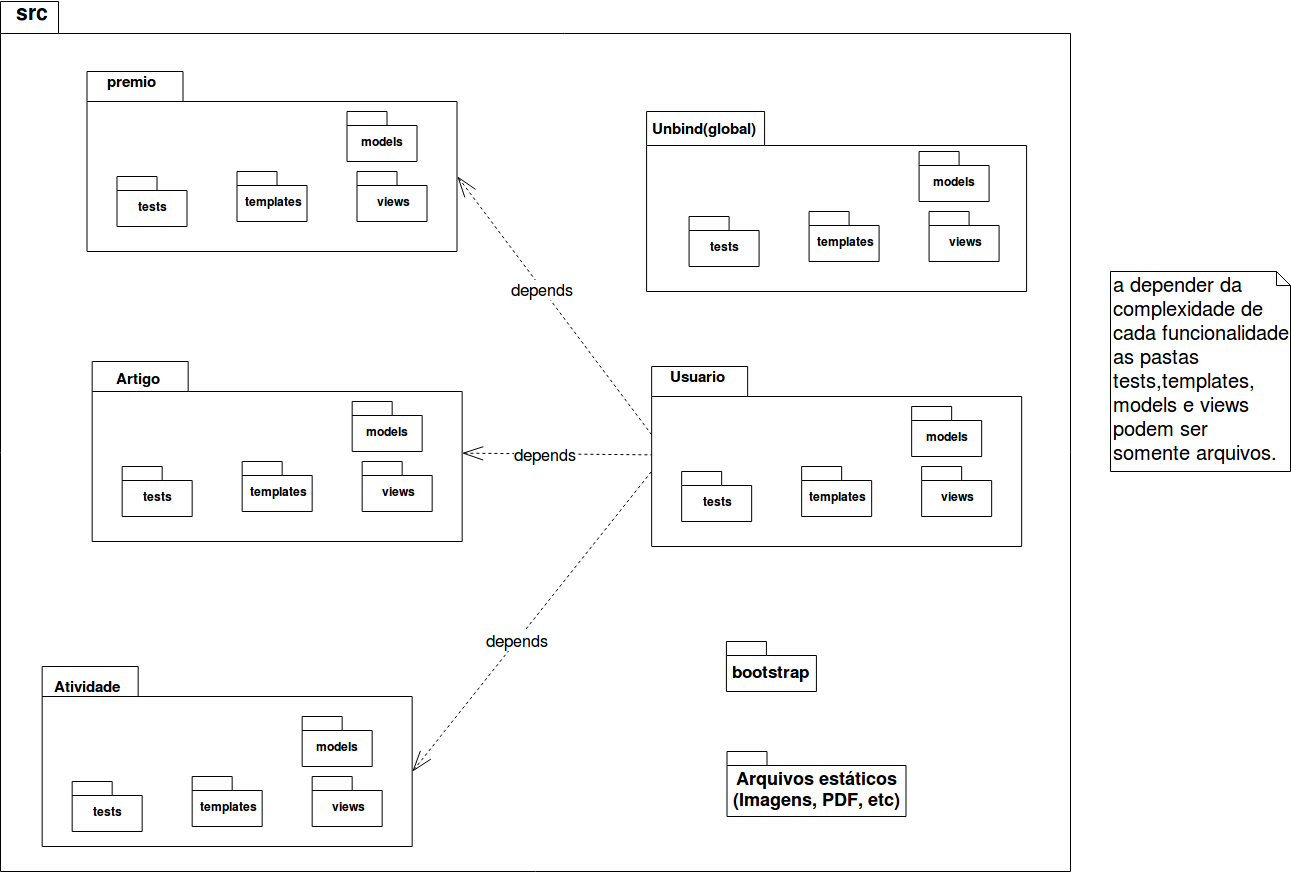
ads-unbind/unbind keeps this draw.io diagram as wiki/docs/modulo3/img/diagrama_de_pacotes.png. Above is the earlier version. Source tidied: cells renumbered, new cells last; positions are measured from the earlier drawing's top-left corner, leaving out a move shared by most shapes.
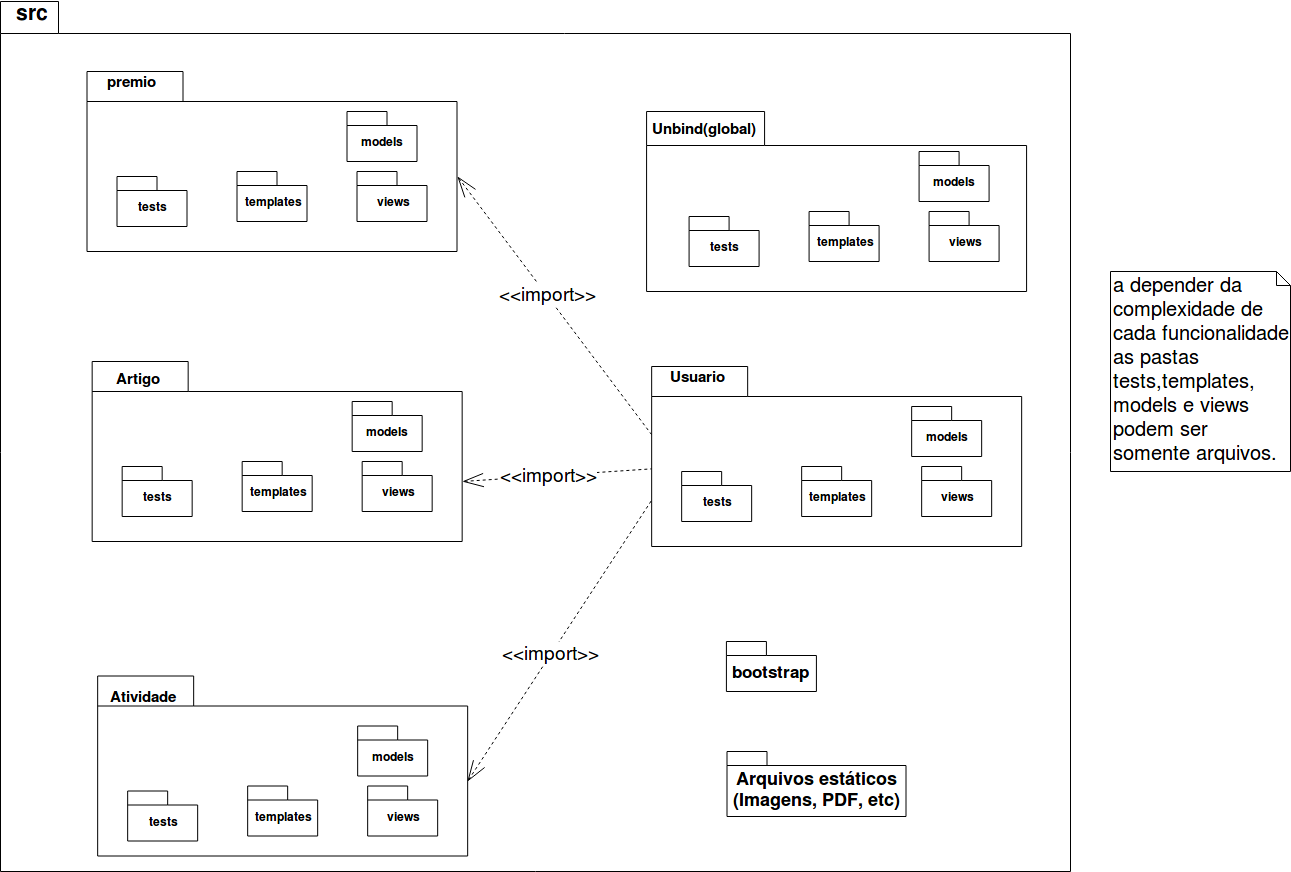
Above is the later version.

Commit message:
diagrama de pacotes 1.2

What changed in the source:
```diff
@@ -87,43 +87,43 @@
       <mxGeometry x="676.2" y="365" width="40" height="20" as="geometry" />
     </mxCell>
     <mxCell id="30" style="shape=folder;fontStyle=1;spacingTop=10;tabWidth=96;tabHeight=30;tabPosition=left;html=1;" parent="1" vertex="1">
-      <mxGeometry x="41.7" y="665" width="370" height="180" as="geometry" />
+      <mxGeometry x="97.2" y="674.5" width="370" height="180" as="geometry" />
     </mxCell>
     <mxCell id="31" value="models" style="shape=folder;fontStyle=1;spacingTop=10;tabWidth=40;tabHeight=14;tabPosition=left;html=1;" parent="1" vertex="1">
-      <mxGeometry x="301.7" y="715" width="70" height="50" as="geometry" />
+      <mxGeometry x="357.2" y="724.5" width="70" height="50" as="geometry" />
     </mxCell>
     <mxCell id="32" value="templates" style="shape=folder;fontStyle=1;spacingTop=10;tabWidth=40;tabHeight=14;tabPosition=left;html=1;" parent="1" vertex="1">
-      <mxGeometry x="191.7" y="775" width="70" height="50" as="geometry" />
+      <mxGeometry x="247.2" y="784.5" width="70" height="50" as="geometry" />
     </mxCell>
     <mxCell id="33" value="views" style="shape=folder;fontStyle=1;spacingTop=10;tabWidth=40;tabHeight=14;tabPosition=left;html=1;" parent="1" vertex="1">
-      <mxGeometry x="311.7" y="775" width="70" height="50" as="geometry" />
+      <mxGeometry x="367.2" y="784.5" width="70" height="50" as="geometry" />
     </mxCell>
     <mxCell id="34" value="tests" style="shape=folder;fontStyle=1;spacingTop=10;tabWidth=40;tabHeight=14;tabPosition=left;html=1;" parent="1" vertex="1">
-      <mxGeometry x="71.7" y="780" width="70" height="50" as="geometry" />
+      <mxGeometry x="127.2" y="789.5" width="70" height="50" as="geometry" />
     </mxCell>
     <mxCell id="35" value="&lt;b style=&quot;font-size: 15px&quot;&gt;Atividade&lt;/b&gt;" style="text;html=1;strokeColor=none;fillColor=none;align=center;verticalAlign=middle;whiteSpace=wrap;rounded=0;" parent="1" vertex="1">
-      <mxGeometry x="66.7" y="675" width="40" height="20" as="geometry" />
+      <mxGeometry x="122.2" y="684.5" width="40" height="20" as="geometry" />
     </mxCell>
+    <mxCell id="40" style="endArrow=none;dashed=1;html=1;startArrow=openThin;startFill=0;strokeWidth=1;endSize=6;startSize=19;exitX=0;exitY=0;exitDx=370;exitDy=105;exitPerimeter=0;entryX=0;entryY=0;entryDx=0;entryDy=67.5;entryPerimeter=0;" parent="1" edge="1" source="4" target="24">
+      <mxGeometry relative="1" as="geometry" />
+    </mxCell>
+    <mxCell id="43" value="&lt;font style=&quot;font-size: 19px&quot;&gt;&amp;lt;&amp;lt;import&amp;gt;&amp;gt;&lt;/font&gt;" style="text;html=1;align=center;verticalAlign=middle;labelBackgroundColor=#ffffff;" parent="40" vertex="1">
+      <mxGeometry x="-0.09" y="1" relative="1" as="geometry" />
+    </mxCell>
+    <mxCell id="42" value="&lt;font style=&quot;font-size: 20px&quot;&gt;a&lt;font style=&quot;font-size: 20px&quot;&gt; depender da complexidade de cada funcionalidade as pastas tests,templates, models e views podem ser somente arquivos.&lt;br&gt;&lt;/font&gt;&lt;/font&gt;" style="shape=note;whiteSpace=wrap;html=1;size=14;verticalAlign=top;align=left;spacingTop=-6;" parent="1" vertex="1">
+      <mxGeometry x="1110" y="270" width="180" height="200" as="geometry" />
+    </mxCell>
+    <mxCell id="38" style="endArrow=none;dashed=1;html=1;startArrow=openThin;startFill=0;strokeWidth=1;endSize=6;startSize=19;exitX=1.001;exitY=0.667;exitDx=0;exitDy=0;exitPerimeter=0;" parent="1" edge="1" source="12" target="24">
+      <mxGeometry relative="1" as="geometry" />
+    </mxCell>
+    <mxCell id="44" value="&lt;font style=&quot;font-size: 19px&quot;&gt;&amp;lt;&amp;lt;import&amp;gt;&amp;gt;&lt;/font&gt;" style="text;html=1;align=center;verticalAlign=middle;labelBackgroundColor=#ffffff;" parent="38" vertex="1">
+      <mxGeometry x="-0.09" y="1" relative="1" as="geometry" />
+    </mxCell>
-    <mxCell id="36" style="endArrow=none;dashed=1;html=1;entryX=0;entryY=0;entryDx=0;entryDy=105;entryPerimeter=0;exitX=0;exitY=0;exitDx=370;exitDy=105;exitPerimeter=0;startArrow=openThin;startFill=0;strokeWidth=1;endSize=6;startSize=19;" parent="1" edge="1" source="30" target="24">
+    <mxCell id="36" style="endArrow=none;dashed=1;html=1;startArrow=openThin;startFill=0;strokeWidth=1;endSize=6;startSize=19;exitX=0;exitY=0;exitDx=370;exitDy=105;exitPerimeter=0;entryX=0;entryY=0.744;entryDx=0;entryDy=0;entryPerimeter=0;" parent="1" edge="1" source="30" target="24">
       <mxGeometry relative="1" as="geometry" />
     </mxCell>
-    <mxCell id="37" value="&lt;font style=&quot;font-size: 17px&quot;&gt;dep&lt;font style=&quot;font-size: 16px&quot;&gt;ends&lt;/font&gt;&lt;/font&gt;" style="text;html=1;align=center;verticalAlign=middle;labelBackgroundColor=#ffffff;" parent="36" vertex="1">
-      <mxGeometry x="-0.12" relative="1" as="geometry" />
-    </mxCell>
-    <mxCell id="38" style="endArrow=none;dashed=1;html=1;startArrow=openThin;startFill=0;strokeWidth=1;endSize=6;startSize=19;" parent="1" edge="1" source="12" target="24">
-      <mxGeometry relative="1" as="geometry" />
-    </mxCell>
-    <mxCell id="39" value="&lt;font style=&quot;font-size: 17px&quot;&gt;dep&lt;font style=&quot;font-size: 16px&quot;&gt;ends&lt;/font&gt;&lt;/font&gt;" style="text;html=1;align=center;verticalAlign=middle;labelBackgroundColor=#ffffff;" parent="38" vertex="1">
-      <mxGeometry x="-0.12" relative="1" as="geometry" />
-    </mxCell>
-    <mxCell id="40" style="endArrow=none;dashed=1;html=1;startArrow=openThin;startFill=0;strokeWidth=1;endSize=6;startSize=19;exitX=0;exitY=0;exitDx=370;exitDy=105;exitPerimeter=0;entryX=0;entryY=0;entryDx=0;entryDy=67.5;entryPerimeter=0;" parent="1" edge="1" source="4" target="24">
-      <mxGeometry relative="1" as="geometry" />
-    </mxCell>
-    <mxCell id="41" value="&lt;font style=&quot;font-size: 17px&quot;&gt;dep&lt;font style=&quot;font-size: 16px&quot;&gt;ends&lt;/font&gt;&lt;/font&gt;" style="text;html=1;align=center;verticalAlign=middle;labelBackgroundColor=#ffffff;" parent="40" vertex="1">
-      <mxGeometry x="-0.12" relative="1" as="geometry" />
-    </mxCell>
-    <mxCell id="42" value="&lt;font style=&quot;font-size: 20px&quot;&gt;a&lt;font style=&quot;font-size: 20px&quot;&gt; depender da complexidade de cada funcionalidade as pastas tests,templates, models e views podem ser somente arquivos.&lt;br&gt;&lt;/font&gt;&lt;/font&gt;" style="shape=note;whiteSpace=wrap;html=1;size=14;verticalAlign=top;align=left;spacingTop=-6;" parent="1" vertex="1">
-      <mxGeometry x="1110" y="270" width="180" height="200" as="geometry" />
-    </mxCell>
+    <mxCell id="45" value="&lt;font style=&quot;font-size: 19px&quot;&gt;&amp;lt;&amp;lt;import&amp;gt;&amp;gt;&lt;/font&gt;" style="text;html=1;align=center;verticalAlign=middle;labelBackgroundColor=#ffffff;" parent="36" vertex="1">
+      <mxGeometry x="-0.09" y="1" relative="1" as="geometry" />
+    </mxCell>
   </root>
 </mxGraphModel>
```
